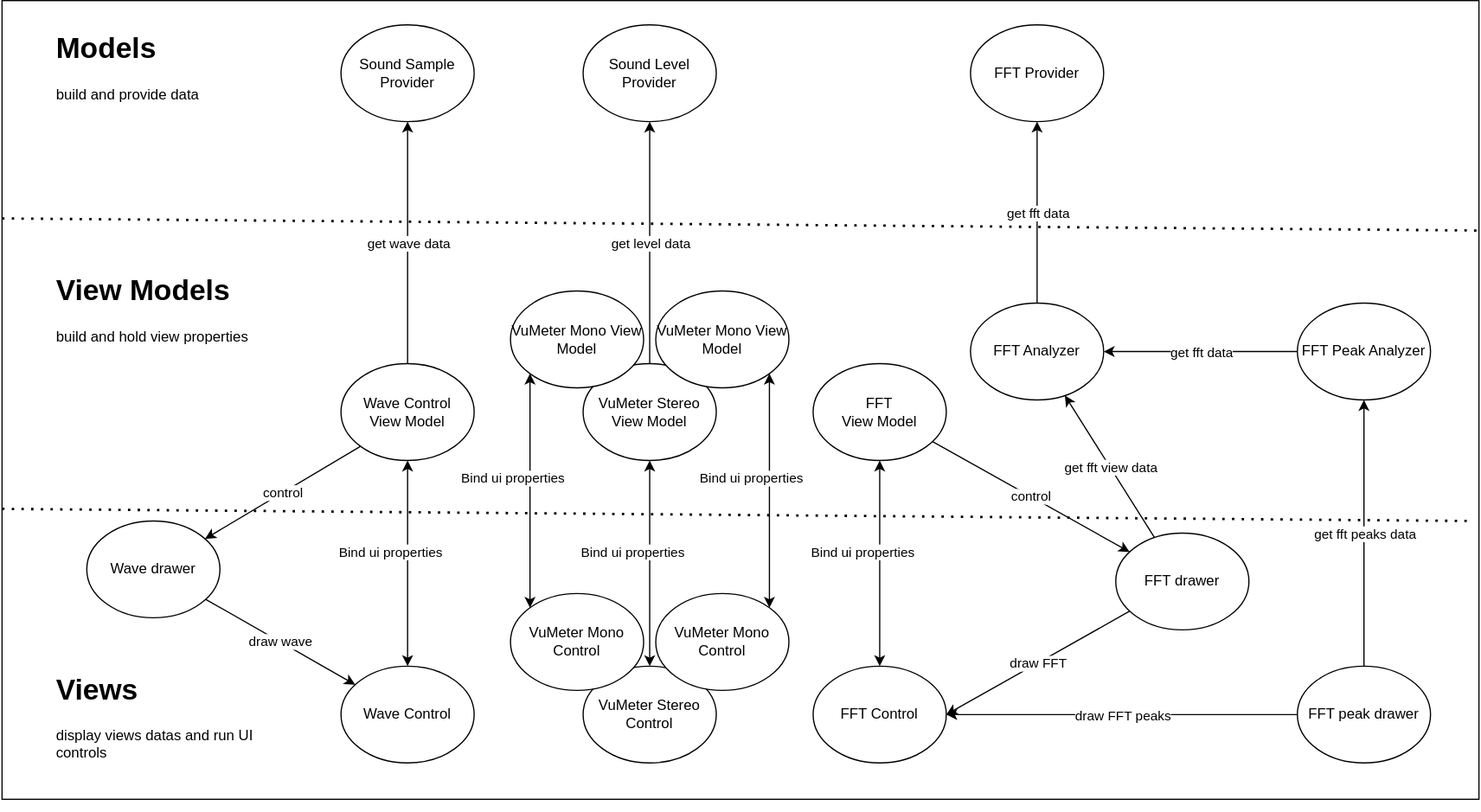
This is Doc/Untitled Diagram.drawio.svg from franck-gaspoz/WindowsAudioSessionSample, a draw.io export, as it was before one commit. Source tidied: cells renumbered, new cells last; positions are measured from the earlier drawing's top-left corner, leaving out a move shared by most shapes.
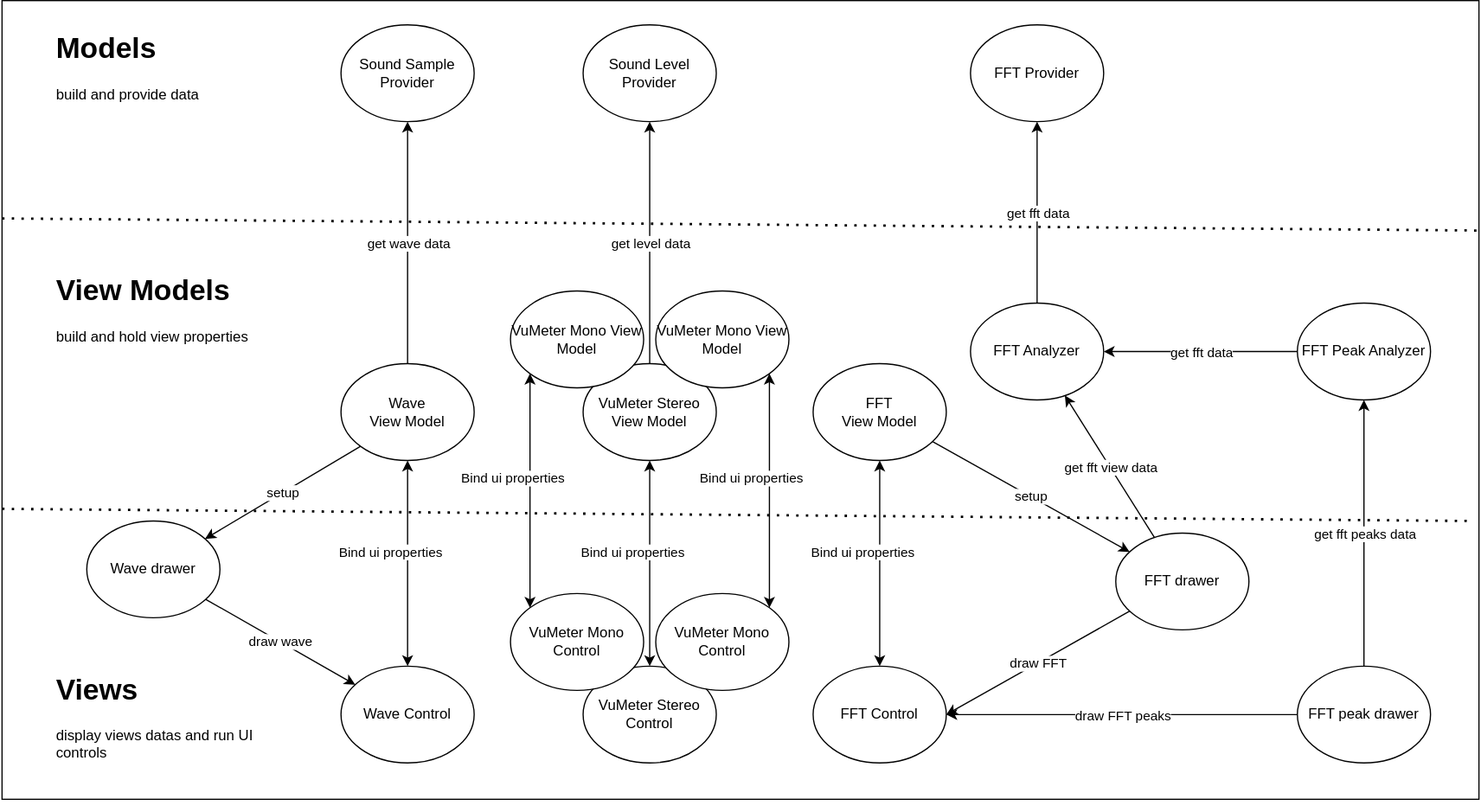
After the change.

Diff of the diagram source:
```diff
@@ -40,7 +40,7 @@
     <mxCell id="13" style="endArrow=classic;html=1;rounded=0;" parent="1" edge="1" source="5" target="4">
       <mxGeometry relative="1" as="geometry" />
     </mxCell>
-    <mxCell id="14" value="control" style="edgeLabel;html=1;align=center;verticalAlign=middle;" parent="13" vertex="1">
+    <mxCell id="14" value="setup" style="edgeLabel;html=1;align=center;verticalAlign=middle;" parent="13" vertex="1">
       <mxGeometry relative="1" as="geometry" />
     </mxCell>
     <mxCell id="15" value="FFT Analyzer" style="ellipse;whiteSpace=wrap;html=1;" parent="1" vertex="1">
@@ -76,7 +76,7 @@
     <mxCell id="25" value="Sound Sample Provider" style="ellipse;whiteSpace=wrap;html=1;" parent="1" vertex="1">
       <mxGeometry x="280" y="20" width="110" height="80" as="geometry" />
     </mxCell>
-    <mxCell id="26" value="Wave Control &lt;br&gt;View Model" style="ellipse;whiteSpace=wrap;html=1;" parent="1" vertex="1">
+    <mxCell id="26" value="Wave&lt;br&gt;View Model" style="ellipse;whiteSpace=wrap;html=1;" parent="1" vertex="1">
       <mxGeometry x="280" y="300" width="110" height="80" as="geometry" />
     </mxCell>
     <mxCell id="27" value="Wave Control" style="ellipse;whiteSpace=wrap;html=1;" parent="1" vertex="1">
@@ -100,7 +100,7 @@
     <mxCell id="33" style="endArrow=classic;html=1;rounded=0;exitX=0;exitY=1;exitDx=0;exitDy=0;" parent="1" edge="1" source="26" target="28">
       <mxGeometry relative="1" as="geometry" />
     </mxCell>
-    <mxCell id="34" value="control" style="edgeLabel;html=1;align=center;verticalAlign=middle;" parent="33" vertex="1">
+    <mxCell id="34" value="setup" style="edgeLabel;html=1;align=center;verticalAlign=middle;" parent="33" vertex="1">
       <mxGeometry relative="1" as="geometry" />
     </mxCell>
     <mxCell id="35" style="endArrow=classic;html=1;rounded=0;startArrow=classic;startFill=1;" parent="1" edge="1" source="27" target="26">
```
